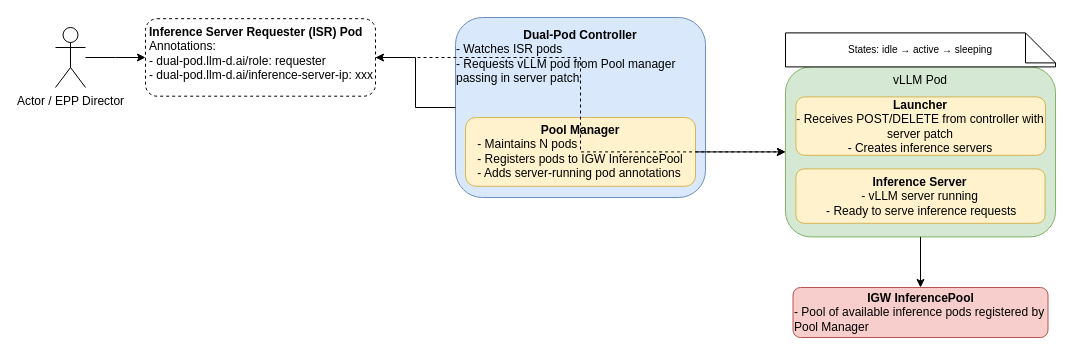
Above: docs/pool_manager_arch.drawio in llm-d-incubation/llm-d-fast-model-actuation (draw.io), before the change. Source tidied: cells renumbered, new cells numbered last; positions are measured from the earlier drawing's top-left corner, leaving out a move shared by most shapes. Both pictures are drawn from the tidied source at 100%, with x=0, y=0 at pixel (55, 17).
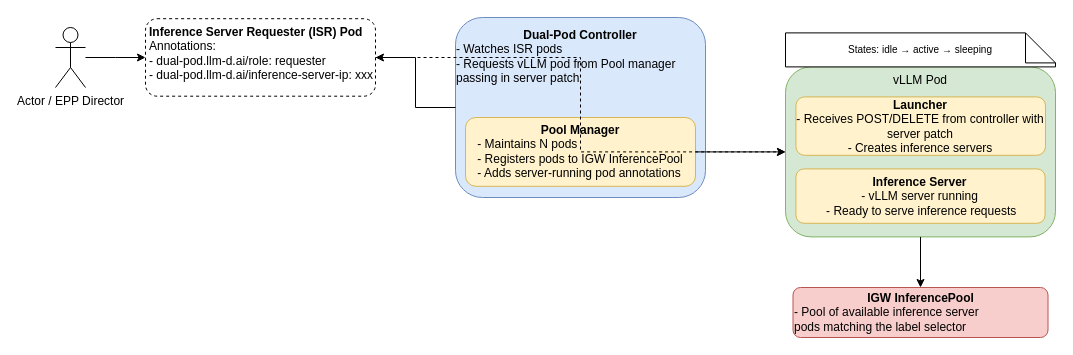
Above is the later version.

Change to the diagram source:
```diff
@@
 <mxGraphModel>
   <root>
     <mxCell id="0" />
     <mxCell id="1" parent="0" />
     <mxCell id="2" value="Actor / EPP Director" style="shape=umlActor;verticalLabelPosition=bottom;verticalAlign=top;html=1;" parent="1" vertex="1">
       <mxGeometry y="10" width="30" height="60" as="geometry" />
     </mxCell>
     <mxCell id="3" value="&lt;b&gt;Inference Server Requester (ISR) Pod&lt;/b&gt;&lt;br&gt;Annotations:&lt;br&gt;- dual-pod.llm-d.ai/role: requester&lt;br&gt;- dual-pod.llm-d.ai/inference-server-ip: xxx" style="rounded=1;whiteSpace=wrap;html=1;dashed=1;verticalAlign=top;align=left;spacingLeft=2;" parent="1" vertex="1">
       <mxGeometry x="90" y="1.2" width="230" height="77.5" as="geometry" />
     </mxCell>
     <mxCell id="4" value="&lt;b&gt;Dual-Pod Controller&lt;/b&gt;&lt;br&gt;&lt;div style=&quot;text-align: left;&quot;&gt;&lt;span style=&quot;background-color: transparent; color: light-dark(rgb(0, 0, 0), rgb(255, 255, 255));&quot;&gt;- Watches ISR pods&lt;/span&gt;&lt;/div&gt;&lt;div style=&quot;text-align: left;&quot;&gt;&lt;span style=&quot;background-color: transparent; color: light-dark(rgb(0, 0, 0), rgb(255, 255, 255));&quot;&gt;- Requests vLLM pod from Pool manager passing in server patch&lt;/span&gt;&lt;/div&gt;&lt;div&gt;&lt;div style=&quot;text-align: center;&quot;&gt;&lt;br&gt;&lt;/div&gt;&lt;div&gt;&lt;br&gt;&lt;/div&gt;&lt;/div&gt;" style="rounded=1;whiteSpace=wrap;html=1;fillColor=#DAE8FC;strokeColor=#6C8EBF;verticalAlign=top;align=center;spacingTop=4;" parent="1" vertex="1">
       <mxGeometry x="400" width="250" height="180" as="geometry" />
     </mxCell>
     <mxCell id="5" value="&lt;b&gt;Pool Manager&lt;br&gt;&lt;/b&gt;&lt;div style=&quot;text-align: left;&quot;&gt;&lt;span style=&quot;background-color: transparent; color: light-dark(rgb(0, 0, 0), rgb(255, 255, 255));&quot;&gt;- Maintains N pods&lt;/span&gt;&lt;/div&gt;&lt;div style=&quot;text-align: left;&quot;&gt;&lt;span style=&quot;background-color: transparent; color: light-dark(rgb(0, 0, 0), rgb(255, 255, 255));&quot;&gt;- Registers pods to IGW InferencePool&lt;/span&gt;&lt;/div&gt;&lt;div style=&quot;text-align: left;&quot;&gt;&lt;span style=&quot;background-color: transparent; color: light-dark(rgb(0, 0, 0), rgb(255, 255, 255));&quot;&gt;- Adds server-running pod annotations&lt;/span&gt;&lt;/div&gt;" style="rounded=1;whiteSpace=wrap;html=1;fillColor=#FFF2CC;strokeColor=#D6B656;verticalAlign=middle;align=center;" parent="4" vertex="1">
       <mxGeometry x="10" y="100" width="230" height="68.8" as="geometry" />
     </mxCell>
     <mxCell id="6" value="vLLM Pod&lt;div&gt;&lt;br/&gt;&lt;/div&gt;" style="rounded=1;whiteSpace=wrap;html=1;fillColor=#D5E8D4;strokeColor=#82B366;verticalAlign=top;align=center;" parent="1" vertex="1">
       <mxGeometry x="730" y="49.4" width="270" height="170" as="geometry" />
     </mxCell>
     <mxCell id="7" value="States: idle → active → sleeping" style="shape=note;whiteSpace=wrap;html=1;fillColor=#FFFFFF;strokeColor=#000000;fontSize=10;" parent="6" vertex="1">
       <mxGeometry y="-34" width="270" height="34" as="geometry" />
     </mxCell>
     <mxCell id="8" value="&lt;b&gt;Launcher&lt;/b&gt;&lt;br&gt;- Receives POST/DELETE from controller with server patch&lt;br&gt;- Creates inference servers" style="rounded=1;whiteSpace=wrap;html=1;fillColor=#FFF2CC;strokeColor=#D6B656;verticalAlign=middle;align=center;" parent="6" vertex="1">
       <mxGeometry x="10.4" y="30" width="249.6" height="58.4" as="geometry" />
     </mxCell>
     <mxCell id="9" value="&lt;b&gt;Inference Server&lt;/b&gt;&lt;br&gt;- vLLM server running&lt;br&gt;&amp;nbsp;- Ready to serve inference requests" style="rounded=1;whiteSpace=wrap;html=1;fillColor=#FFF2CC;strokeColor=#D6B656;verticalAlign=middle;align=center;" parent="6" vertex="1">
       <mxGeometry x="10.4" y="102" width="249.2" height="54.4" as="geometry" />
     </mxCell>
-    <mxCell id="10" value="&lt;b&gt;IGW InferencePool&lt;/b&gt;&lt;br&gt;&lt;div style=&quot;text-align: left;&quot;&gt;&lt;span style=&quot;background-color: transparent; color: light-dark(rgb(0, 0, 0), rgb(255, 255, 255));&quot;&gt;- Pool of available inference pods&amp;nbsp;&lt;/span&gt;&lt;span style=&quot;background-color: transparent; color: light-dark(rgb(0, 0, 0), rgb(255, 255, 255));&quot;&gt;registered by Pool Manager&lt;/span&gt;&lt;/div&gt;" style="rounded=1;whiteSpace=wrap;html=1;fillColor=#F8CECC;strokeColor=#B85450;verticalAlign=middle;align=center;" parent="1" vertex="1">
+    <mxCell id="10" value="&lt;b&gt;IGW InferencePool&lt;/b&gt;&lt;br&gt;&lt;div style=&quot;text-align: left;&quot;&gt;&lt;span style=&quot;background-color: transparent; color: light-dark(rgb(0, 0, 0), rgb(255, 255, 255));&quot;&gt;- Pool of available inference server pods&amp;nbsp;&lt;/span&gt;&lt;span style=&quot;background-color: transparent; color: light-dark(rgb(0, 0, 0), rgb(255, 255, 255));&quot;&gt;matching the label selector&lt;/span&gt;&lt;/div&gt;" style="rounded=1;whiteSpace=wrap;html=1;fillColor=#F8CECC;strokeColor=#B85450;verticalAlign=middle;align=center;" parent="1" vertex="1">
       <mxGeometry x="737.5" y="270" width="255" height="50" as="geometry" />
     </mxCell>
     <mxCell id="11" style="edgeStyle=orthogonalEdgeStyle;rounded=0;html=1;endArrow=classic;" parent="1" edge="1" source="2" target="3">
       <mxGeometry relative="1" as="geometry" />
     </mxCell>
     <mxCell id="12" style="edgeStyle=orthogonalEdgeStyle;rounded=0;html=1;endArrow=classic;dashed=1;" parent="1" edge="1" source="3" target="6">
       <mxGeometry relative="1" as="geometry" />
     </mxCell>
     <mxCell id="13" style="edgeStyle=orthogonalEdgeStyle;rounded=0;html=1;endArrow=classic;" parent="1" edge="1" source="4" target="3">
       <mxGeometry relative="1" as="geometry" />
     </mxCell>
     <mxCell id="14" style="edgeStyle=orthogonalEdgeStyle;rounded=0;html=1;endArrow=classic;" parent="1" edge="1" source="5" target="6">
       <mxGeometry relative="1" as="geometry" />
     </mxCell>
     <mxCell id="15" style="edgeStyle=orthogonalEdgeStyle;rounded=0;html=1;endArrow=classic;" parent="1" edge="1" source="6" target="10">
       <mxGeometry relative="1" as="geometry" />
     </mxCell>
   </root>
 </mxGraphModel>
```
